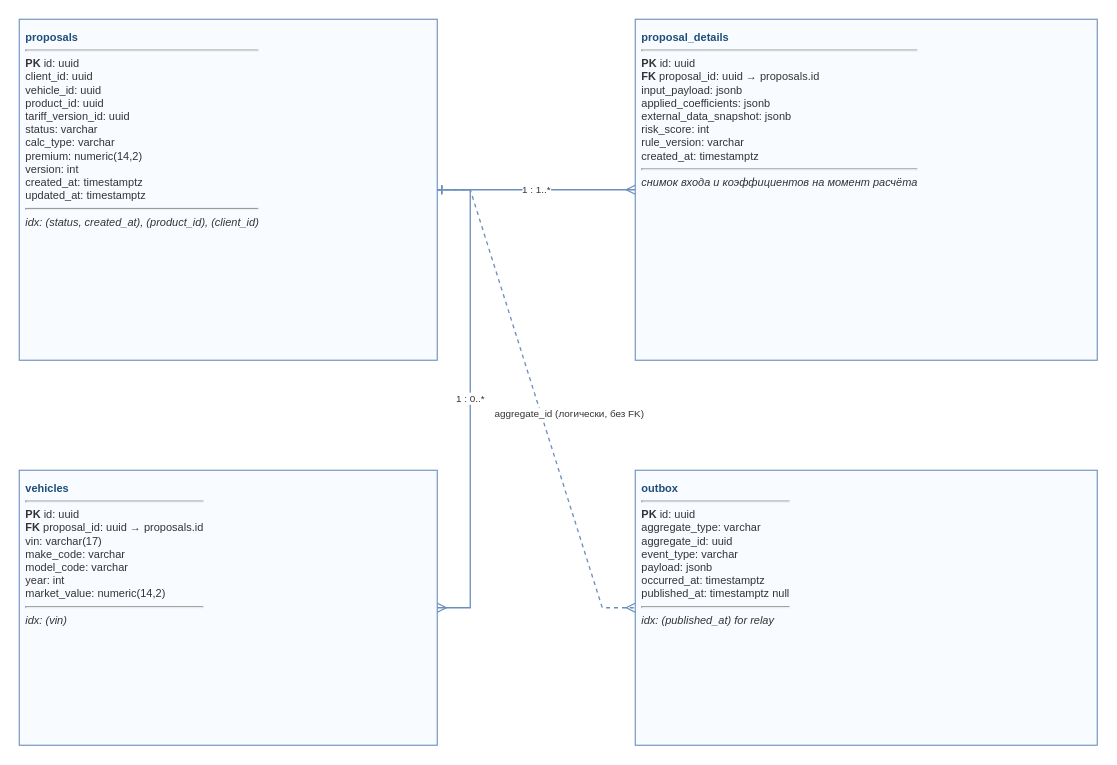
Before: задание_1_C4_уровень_4_erd_proposal.drawio in MikhailNv/sa-seminar, a draw.io diagram. Source tidied: cells renumbered, new cells numbered last; positions are measured from the earlier drawing's top-left corner, leaving out a move shared by most shapes. Both pictures are drawn from the tidied source at 110%, with x=0, y=0 at pixel (19, 19).
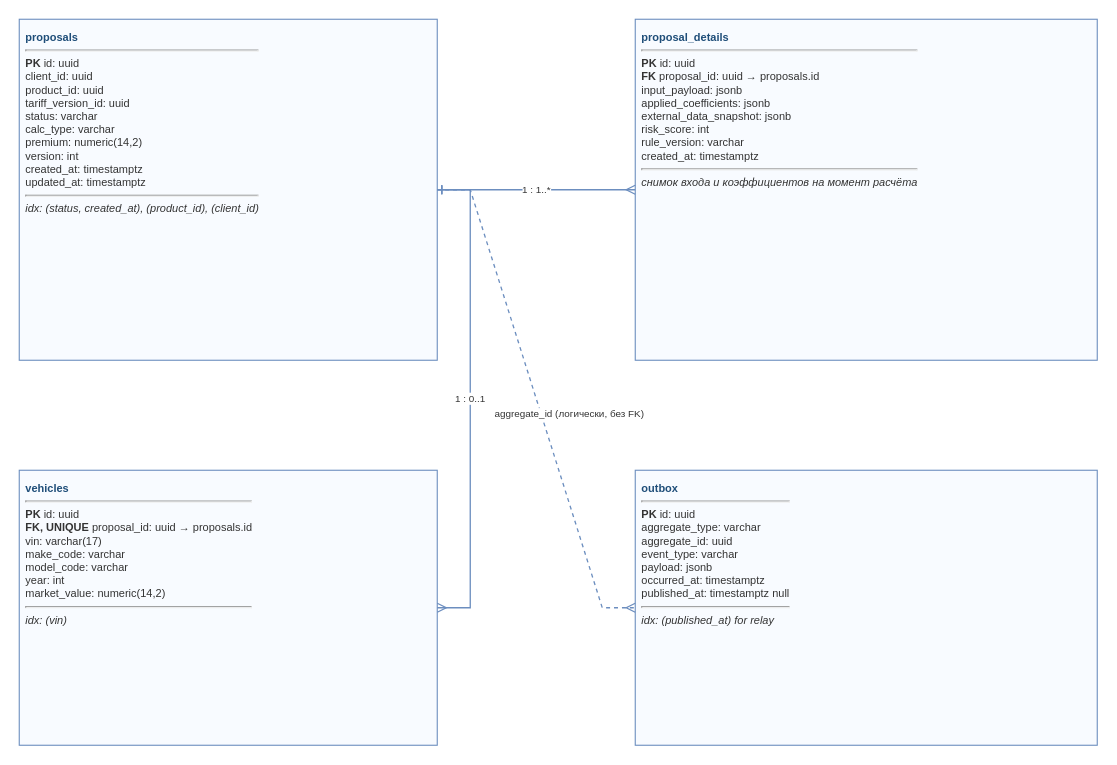
After the change.

Change to the diagram source:
```diff
@@
 <mxGraphModel>
   <root>
     <mxCell id="0" />
     <mxCell id="1" parent="0" />
-    <mxCell id="2" value="&lt;b&gt;&lt;font color='#1F4E79'&gt;proposals&lt;/font&gt;&lt;/b&gt;&lt;hr&gt;&lt;b&gt;PK&lt;/b&gt; id: uuid&lt;br&gt;client_id: uuid&lt;br&gt;vehicle_id: uuid&lt;br&gt;product_id: uuid&lt;br&gt;tariff_version_id: uuid&lt;br&gt;status: varchar&lt;br&gt;calc_type: varchar&lt;br&gt;premium: numeric(14,2)&lt;br&gt;version: int&lt;br&gt;created_at: timestamptz&lt;br&gt;updated_at: timestamptz&lt;hr&gt;&lt;i&gt;idx: (status, created_at), (product_id), (client_id)&lt;/i&gt;" style="rounded=0;whiteSpace=wrap;html=1;fillColor=#f8fbff;strokeColor=#6c8ebf;fontColor=#333333;fontSize=10;align=left;verticalAlign=top;spacing=6;" parent="1" vertex="1">
+    <mxCell id="2" value="&lt;b&gt;&lt;font color=&quot;#1F4E79&quot;&gt;proposals&lt;/font&gt;&lt;/b&gt;&lt;hr&gt;&lt;b&gt;PK&lt;/b&gt; id: uuid&lt;br&gt;client_id: uuid&lt;div&gt;product_id: uuid&lt;br&gt;tariff_version_id: uuid&lt;br&gt;status: varchar&lt;br&gt;calc_type: varchar&lt;br&gt;premium: numeric(14,2)&lt;br&gt;version: int&lt;br&gt;created_at: timestamptz&lt;br&gt;updated_at: timestamptz&lt;hr&gt;&lt;i&gt;idx: (status, created_at), (product_id), (client_id)&lt;/i&gt;&lt;/div&gt;" style="rounded=0;whiteSpace=wrap;html=1;fillColor=#f8fbff;strokeColor=#6c8ebf;fontColor=#333333;fontSize=10;align=left;verticalAlign=top;spacing=6;" parent="1" vertex="1">
       <mxGeometry width="380" height="310" as="geometry" />
     </mxCell>
     <mxCell id="3" value="&lt;b&gt;&lt;font color='#1F4E79'&gt;proposal_details&lt;/font&gt;&lt;/b&gt;&lt;hr&gt;&lt;b&gt;PK&lt;/b&gt; id: uuid&lt;br&gt;&lt;b&gt;FK&lt;/b&gt; proposal_id: uuid → proposals.id&lt;br&gt;input_payload: jsonb&lt;br&gt;applied_coefficients: jsonb&lt;br&gt;external_data_snapshot: jsonb&lt;br&gt;risk_score: int&lt;br&gt;rule_version: varchar&lt;br&gt;created_at: timestamptz&lt;hr&gt;&lt;i&gt;снимок входа и коэффициентов на момент расчёта&lt;/i&gt;" style="rounded=0;whiteSpace=wrap;html=1;fillColor=#f8fbff;strokeColor=#6c8ebf;fontColor=#333333;fontSize=10;align=left;verticalAlign=top;spacing=6;" parent="1" vertex="1">
       <mxGeometry x="560" width="420" height="310" as="geometry" />
     </mxCell>
-    <mxCell id="4" value="&lt;b&gt;&lt;font color='#1F4E79'&gt;vehicles&lt;/font&gt;&lt;/b&gt;&lt;hr&gt;&lt;b&gt;PK&lt;/b&gt; id: uuid&lt;br&gt;&lt;b&gt;FK&lt;/b&gt; proposal_id: uuid → proposals.id&lt;br&gt;vin: varchar(17)&lt;br&gt;make_code: varchar&lt;br&gt;model_code: varchar&lt;br&gt;year: int&lt;br&gt;market_value: numeric(14,2)&lt;hr&gt;&lt;i&gt;idx: (vin)&lt;/i&gt;" style="rounded=0;whiteSpace=wrap;html=1;fillColor=#f8fbff;strokeColor=#6c8ebf;fontColor=#333333;fontSize=10;align=left;verticalAlign=top;spacing=6;" parent="1" vertex="1">
+    <mxCell id="4" value="&lt;b&gt;&lt;font color=&quot;#1F4E79&quot;&gt;vehicles&lt;/font&gt;&lt;/b&gt;&lt;hr&gt;&lt;b&gt;PK&lt;/b&gt; id: uuid&lt;br&gt;&lt;b&gt;FK,&amp;nbsp;UNIQUE&lt;/b&gt;&amp;nbsp;proposal_id: uuid → proposals.id&lt;br&gt;vin: varchar(17)&lt;br&gt;make_code: varchar&lt;br&gt;model_code: varchar&lt;br&gt;year: int&lt;br&gt;market_value: numeric(14,2)&lt;hr&gt;&lt;i&gt;idx: (vin)&lt;/i&gt;" style="rounded=0;whiteSpace=wrap;html=1;fillColor=#f8fbff;strokeColor=#6c8ebf;fontColor=#333333;fontSize=10;align=left;verticalAlign=top;spacing=6;" parent="1" vertex="1">
       <mxGeometry y="410" width="380" height="250" as="geometry" />
     </mxCell>
     <mxCell id="5" value="&lt;b&gt;&lt;font color='#1F4E79'&gt;outbox&lt;/font&gt;&lt;/b&gt;&lt;hr&gt;&lt;b&gt;PK&lt;/b&gt; id: uuid&lt;br&gt;aggregate_type: varchar&lt;br&gt;aggregate_id: uuid&lt;br&gt;event_type: varchar&lt;br&gt;payload: jsonb&lt;br&gt;occurred_at: timestamptz&lt;br&gt;published_at: timestamptz null&lt;hr&gt;&lt;i&gt;idx: (published_at) for relay&lt;/i&gt;" style="rounded=0;whiteSpace=wrap;html=1;fillColor=#f8fbff;strokeColor=#6c8ebf;fontColor=#333333;fontSize=10;align=left;verticalAlign=top;spacing=6;" parent="1" vertex="1">
       <mxGeometry x="560" y="410" width="420" height="250" as="geometry" />
     </mxCell>
-    <mxCell id="6" value="1 : 0..*" style="edgeStyle=entityRelationEdgeStyle;rounded=0;html=1;startArrow=ERone;endArrow=ERmany;strokeWidth=1.2;strokeColor=#6c8ebf;fontColor=#333333;fontSize=9;labelBackgroundColor=#FFFFFF;" parent="1" edge="1" source="2" target="4">
+    <mxCell id="6" value="1 : 0..1" style="edgeStyle=entityRelationEdgeStyle;rounded=0;html=1;startArrow=ERone;endArrow=ERmany;strokeWidth=1.2;strokeColor=#6c8ebf;fontColor=#333333;fontSize=9;labelBackgroundColor=#FFFFFF;" parent="1" edge="1" source="2" target="4">
       <mxGeometry relative="1" as="geometry">
         <Array as="points">
           <mxPoint x="190" y="310" />
         </Array>
       </mxGeometry>
     </mxCell>
     <mxCell id="7" value="1 : 1..*" style="edgeStyle=entityRelationEdgeStyle;rounded=0;html=1;startArrow=ERone;endArrow=ERmany;strokeWidth=1.2;strokeColor=#6c8ebf;fontColor=#333333;fontSize=9;labelBackgroundColor=#FFFFFF;" parent="1" edge="1" source="2" target="3">
       <mxGeometry relative="1" as="geometry" />
     </mxCell>
     <mxCell id="8" value="aggregate_id (логически, без FK)" style="edgeStyle=entityRelationEdgeStyle;rounded=0;html=1;startArrow=ERone;endArrow=ERmany;strokeWidth=1.2;strokeColor=#6c8ebf;fontColor=#333333;fontSize=9;labelBackgroundColor=#FFFFFF;dashed=1;" parent="1" edge="1" source="2" target="5">
       <mxGeometry x="0.1" y="24" relative="1" as="geometry">
         <Array as="points">
           <mxPoint x="460" y="240" />
           <mxPoint x="460" y="535" />
         </Array>
       </mxGeometry>
     </mxCell>
   </root>
 </mxGraphModel>
```
